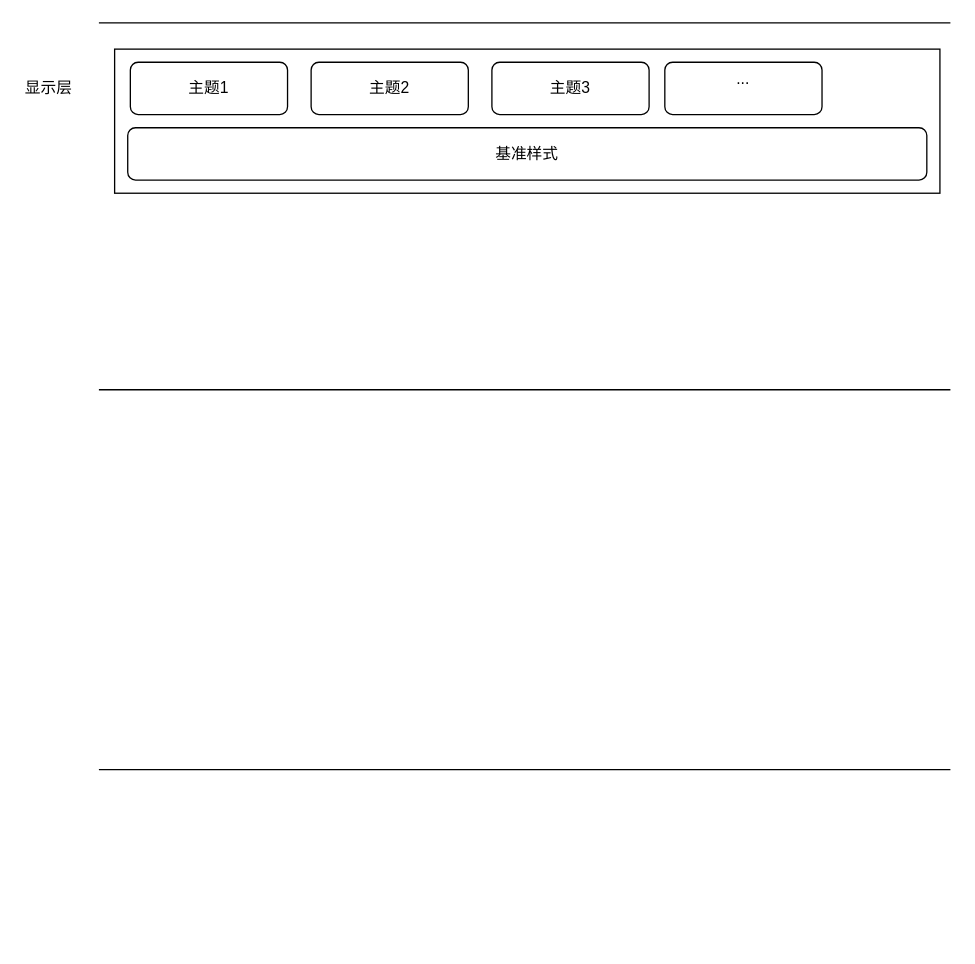
This is open-system.drawio from hookex/chart, a draw.io file, before an edit. Source tidied: cells renumbered, new cells numbered last; positions are measured from the earlier drawing's top-left corner, leaving out a move shared by most shapes. Both pictures are drawn from the tidied source at 131%, with x=0, y=0 at pixel (22, 22).
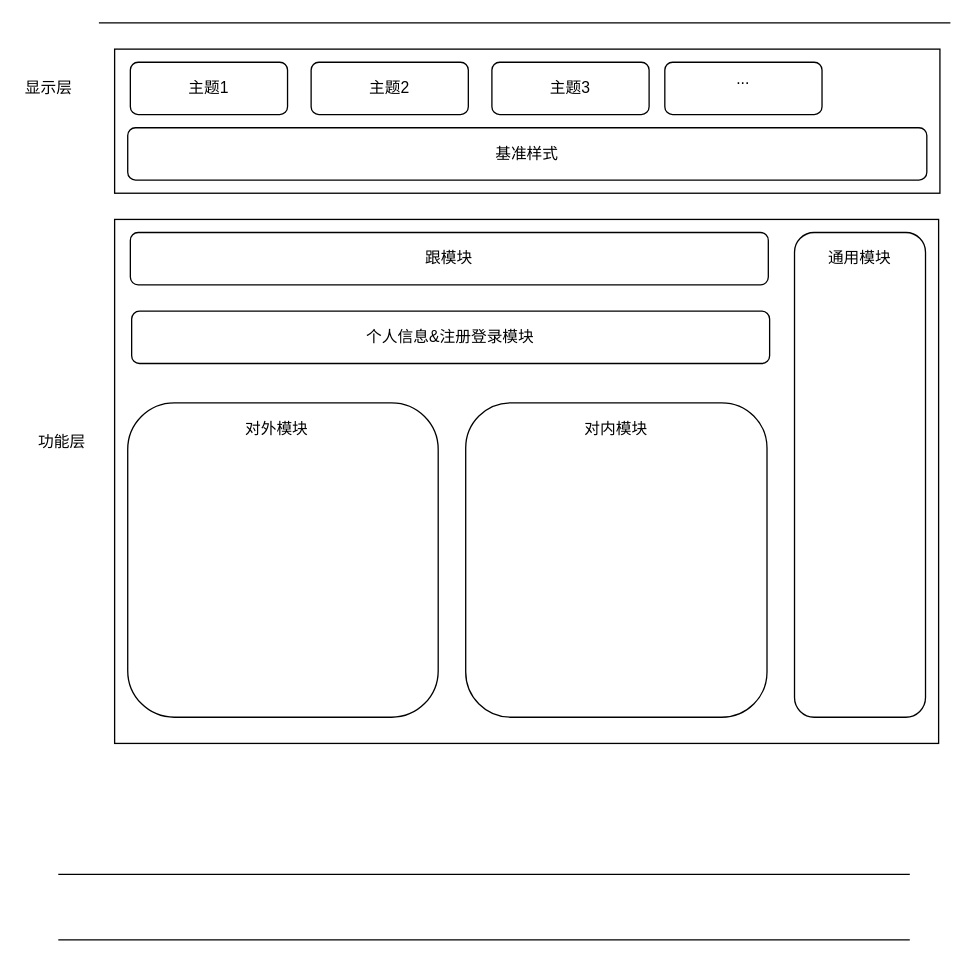
After the change.

What changed in the source:
```diff
@@
     <mxCell id="3" style="endArrow=none;html=1;" parent="1" edge="1">
       <mxGeometry relative="1" as="geometry">
-        <mxPoint x="58" y="280" as="sourcePoint" />
-        <mxPoint x="708" y="280" as="targetPoint" />
+        <mxPoint x="27" y="650" as="sourcePoint" />
+        <mxPoint x="677" y="650" as="targetPoint" />
       </mxGeometry>
     </mxCell>
     <mxCell id="4" style="endArrow=none;html=1;" parent="1" edge="1">
       <mxGeometry relative="1" as="geometry">
-        <mxPoint x="58" y="570" as="sourcePoint" />
-        <mxPoint x="708" y="570" as="targetPoint" />
+        <mxPoint x="27" y="700" as="sourcePoint" />
+        <mxPoint x="677" y="700" as="targetPoint" />
       </mxGeometry>
     </mxCell>
@@
+    <mxCell id="12" style="rounded=0;whiteSpace=wrap;html=1;" parent="1" vertex="1">
+      <mxGeometry x="70" y="150" width="629" height="400" as="geometry" />
+    </mxCell>
+    <mxCell id="13" value="跟模块&lt;br&gt;" style="rounded=1;whiteSpace=wrap;html=1;" parent="1" vertex="1">
+      <mxGeometry x="82" y="160" width="487" height="40" as="geometry" />
+    </mxCell>
+    <mxCell id="14" style="rounded=1;whiteSpace=wrap;html=1;" parent="1" vertex="1">
+      <mxGeometry x="589" y="160" width="100" height="370" as="geometry" />
+    </mxCell>
+    <mxCell id="15" style="rounded=1;whiteSpace=wrap;html=1;" parent="1" vertex="1">
+      <mxGeometry x="80" y="290" width="237" height="240" as="geometry" />
+    </mxCell>
+    <mxCell id="16" style="rounded=1;whiteSpace=wrap;html=1;" parent="1" vertex="1">
+      <mxGeometry x="338" y="290" width="230" height="240" as="geometry" />
+    </mxCell>
+    <mxCell id="17" value="个人信息&amp;amp;注册登录模块" style="rounded=1;whiteSpace=wrap;html=1;" parent="1" vertex="1">
+      <mxGeometry x="83" y="220" width="487" height="40" as="geometry" />
+    </mxCell>
+    <mxCell id="18" value="对外模块" style="text;html=1;strokeColor=none;fillColor=none;align=center;verticalAlign=middle;whiteSpace=wrap;rounded=0;" parent="1" vertex="1">
+      <mxGeometry x="159" y="300" width="70" height="20" as="geometry" />
+    </mxCell>
+    <mxCell id="19" value="对内模块" style="text;html=1;strokeColor=none;fillColor=none;align=center;verticalAlign=middle;whiteSpace=wrap;rounded=0;" parent="1" vertex="1">
+      <mxGeometry x="418" y="300" width="70" height="20" as="geometry" />
+    </mxCell>
+    <mxCell id="20" value="通用模块" style="text;html=1;strokeColor=none;fillColor=none;align=center;verticalAlign=middle;whiteSpace=wrap;rounded=0;" parent="1" vertex="1">
+      <mxGeometry x="604" y="170" width="70" height="20" as="geometry" />
+    </mxCell>
+    <mxCell id="21" value="功能层&lt;br&gt;" style="text;html=1;strokeColor=none;fillColor=none;align=center;verticalAlign=middle;whiteSpace=wrap;rounded=0;" parent="1" vertex="1">
+      <mxGeometry x="10" y="310" width="40" height="20" as="geometry" />
+    </mxCell>
```
